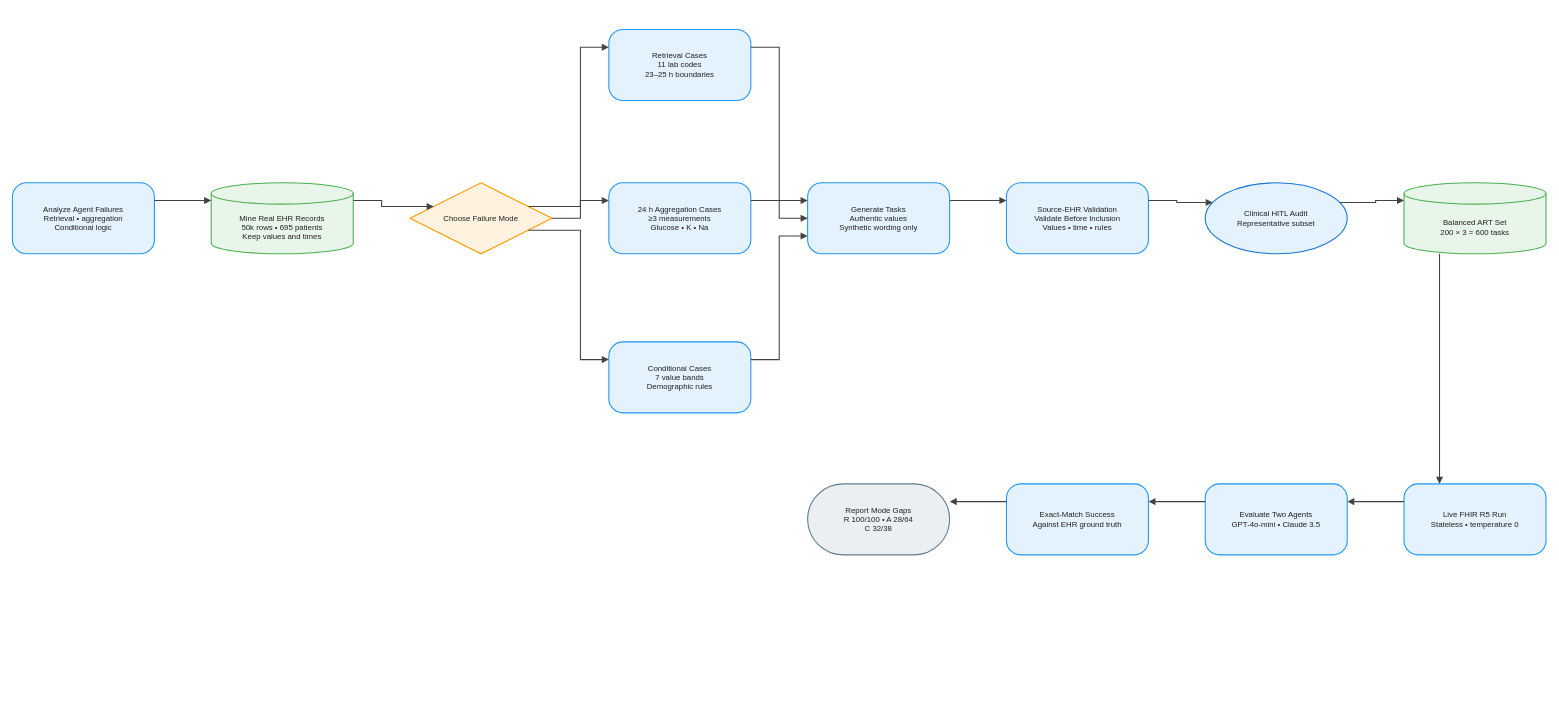
Above: client/public/drawio/ART/ART.en.drawio in joe1chief/benchmark-hub (draw.io), before the change. Source tidied: cells renumbered, new cells numbered last; positions are measured from the earlier drawing's top-left corner, leaving out a move shared by most shapes. Both pictures are drawn from the tidied source at 71%, with x=0, y=0 at pixel (12, 29).
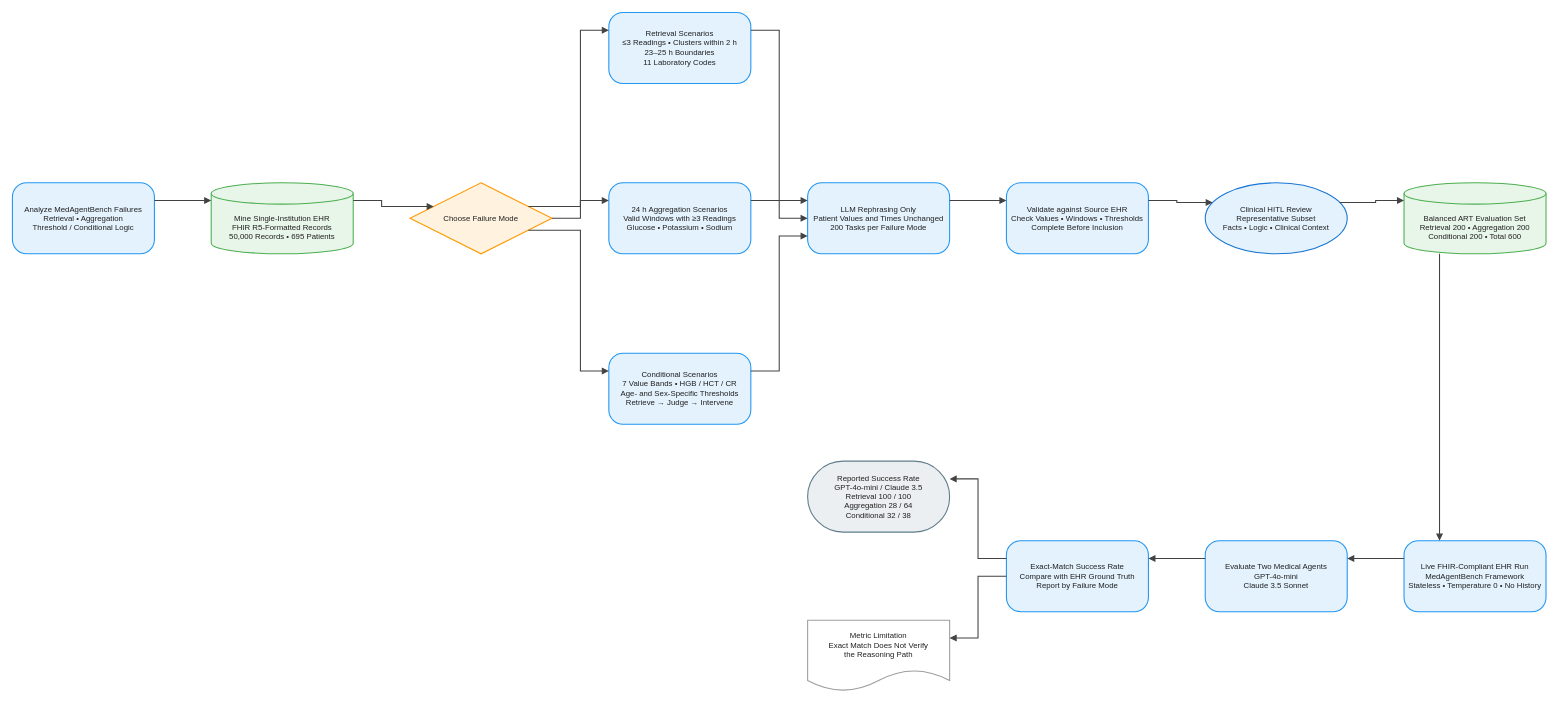
The same diagram, later.

The change refers to these unchanged cells:
```xml
<mxCell id="4" value="Choose Failure Mode" style="rhombus;html=0;convertToSvg=1;whiteSpace=wrap;fillColor=#FFF3E0;strokeColor=#FF9800;strokeWidth=1.5;fontColor=#212121;fontSize=11;fontFamily=Arial, Helvetica, sans-serif;verticalAlign=middle;align=center;" parent="1" vertex="1">
  <mxGeometry x="560" y="216" width="200" height="100" as="geometry" />
</mxCell>
```

Change to the diagram source:
```diff
@@
-    <mxCell id="2" value="Analyze Agent Failures&#10;Retrieval • aggregation&#10;Conditional logic" style="rounded=1;arcSize=20;html=0;convertToSvg=1;whiteSpace=wrap;fillColor=#E3F2FD;strokeColor=#2196F3;strokeWidth=1.5;fontColor=#212121;fontSize=11;fontFamily=Arial, Helvetica, sans-serif;verticalAlign=middle;align=center;" parent="1" vertex="1">
+    <mxCell id="2" value="Analyze MedAgentBench Failures&#10;Retrieval • Aggregation&#10;Threshold / Conditional Logic" style="rounded=1;arcSize=20;html=0;convertToSvg=1;whiteSpace=wrap;fillColor=#E3F2FD;strokeColor=#2196F3;strokeWidth=1.5;fontColor=#212121;fontSize=11;fontFamily=Arial, Helvetica, sans-serif;verticalAlign=middle;align=center;" parent="1" vertex="1">
       <mxGeometry y="216" width="200" height="100" as="geometry" />
     </mxCell>
-    <mxCell id="3" value="Mine Real EHR Records&#10;50k rows • 695 patients&#10;Keep values and times" style="shape=cylinder3;boundedLbl=1;backgroundOutline=1;size=15;html=0;convertToSvg=1;whiteSpace=wrap;fillColor=#E8F5E9;strokeColor=#4CAF50;strokeWidth=1.5;fontColor=#212121;fontSize=11;fontFamily=Arial, Helvetica, sans-serif;verticalAlign=middle;align=center;" parent="1" vertex="1">
+    <mxCell id="3" value="Mine Single-Institution EHR&#10;FHIR R5-Formatted Records&#10;50,000 Records • 695 Patients" style="shape=cylinder3;boundedLbl=1;backgroundOutline=1;size=15;html=0;convertToSvg=1;whiteSpace=wrap;fillColor=#E8F5E9;strokeColor=#4CAF50;strokeWidth=1.5;fontColor=#212121;fontSize=11;fontFamily=Arial, Helvetica, sans-serif;verticalAlign=middle;align=center;" parent="1" vertex="1">
       <mxGeometry x="280" y="216" width="200" height="100" as="geometry" />
     </mxCell>
@@
-    <mxCell id="5" value="Retrieval Cases&#10;11 lab codes&#10;23–25 h boundaries" style="rounded=1;arcSize=20;html=0;convertToSvg=1;whiteSpace=wrap;fillColor=#E3F2FD;strokeColor=#2196F3;strokeWidth=1.5;fontColor=#212121;fontSize=11;fontFamily=Arial, Helvetica, sans-serif;verticalAlign=middle;align=center;" parent="1" vertex="1">
-      <mxGeometry x="840" width="200" height="100" as="geometry" />
+    <mxCell id="5" value="Retrieval Scenarios&#10;≤3 Readings • Clusters within 2 h&#10;23–25 h Boundaries&#10;11 Laboratory Codes" style="rounded=1;arcSize=20;html=0;convertToSvg=1;whiteSpace=wrap;fillColor=#E3F2FD;strokeColor=#2196F3;strokeWidth=1.5;fontColor=#212121;fontSize=11;fontFamily=Arial, Helvetica, sans-serif;verticalAlign=middle;align=center;" parent="1" vertex="1">
+      <mxGeometry x="840" y="-24" width="200" height="100" as="geometry" />
     </mxCell>
-    <mxCell id="6" value="24 h Aggregation Cases&#10;≥3 measurements&#10;Glucose • K • Na" style="rounded=1;arcSize=20;html=0;convertToSvg=1;whiteSpace=wrap;fillColor=#E3F2FD;strokeColor=#2196F3;strokeWidth=1.5;fontColor=#212121;fontSize=11;fontFamily=Arial, Helvetica, sans-serif;verticalAlign=middle;align=center;" parent="1" vertex="1">
+    <mxCell id="6" value="24 h Aggregation Scenarios&#10;Valid Windows with ≥3 Readings&#10;Glucose • Potassium • Sodium" style="rounded=1;arcSize=20;html=0;convertToSvg=1;whiteSpace=wrap;fillColor=#E3F2FD;strokeColor=#2196F3;strokeWidth=1.5;fontColor=#212121;fontSize=11;fontFamily=Arial, Helvetica, sans-serif;verticalAlign=middle;align=center;" parent="1" vertex="1">
       <mxGeometry x="840" y="216" width="200" height="100" as="geometry" />
     </mxCell>
-    <mxCell id="7" value="Conditional Cases&#10;7 value bands&#10;Demographic rules" style="rounded=1;arcSize=20;html=0;convertToSvg=1;whiteSpace=wrap;fillColor=#E3F2FD;strokeColor=#2196F3;strokeWidth=1.5;fontColor=#212121;fontSize=11;fontFamily=Arial, Helvetica, sans-serif;verticalAlign=middle;align=center;" parent="1" vertex="1">
-      <mxGeometry x="840" y="440" width="200" height="100" as="geometry" />
+    <mxCell id="7" value="Conditional Scenarios&#10;7 Value Bands • HGB / HCT / CR&#10;Age- and Sex-Specific Thresholds&#10;Retrieve → Judge → Intervene" style="rounded=1;arcSize=20;html=0;convertToSvg=1;whiteSpace=wrap;fillColor=#E3F2FD;strokeColor=#2196F3;strokeWidth=1.5;fontColor=#212121;fontSize=11;fontFamily=Arial, Helvetica, sans-serif;verticalAlign=middle;align=center;" parent="1" vertex="1">
+      <mxGeometry x="840" y="456" width="200" height="100" as="geometry" />
     </mxCell>
-    <mxCell id="8" value="Generate Tasks&#10;Authentic values&#10;Synthetic wording only" style="rounded=1;arcSize=20;html=0;convertToSvg=1;whiteSpace=wrap;fillColor=#E3F2FD;strokeColor=#2196F3;strokeWidth=1.5;fontColor=#212121;fontSize=11;fontFamily=Arial, Helvetica, sans-serif;verticalAlign=middle;align=center;" parent="1" vertex="1">
+    <mxCell id="8" value="LLM Rephrasing Only&#10;Patient Values and Times Unchanged&#10;200 Tasks per Failure Mode" style="rounded=1;arcSize=20;html=0;convertToSvg=1;whiteSpace=wrap;fillColor=#E3F2FD;strokeColor=#2196F3;strokeWidth=1.5;fontColor=#212121;fontSize=11;fontFamily=Arial, Helvetica, sans-serif;verticalAlign=middle;align=center;" parent="1" vertex="1">
       <mxGeometry x="1120" y="216" width="200" height="100" as="geometry" />
     </mxCell>
-    <mxCell id="9" value="Balanced ART Set&#10;200 × 3 = 600 tasks" style="shape=cylinder3;boundedLbl=1;backgroundOutline=1;size=15;html=0;convertToSvg=1;whiteSpace=wrap;fillColor=#E8F5E9;strokeColor=#4CAF50;strokeWidth=1.5;fontColor=#212121;fontSize=11;fontFamily=Arial, Helvetica, sans-serif;verticalAlign=middle;align=center;" parent="1" vertex="1">
-      <mxGeometry x="1960" y="216" width="200" height="100" as="geometry" />
+    <mxCell id="9" value="Validate against Source EHR&#10;Check Values • Windows • Thresholds&#10;Complete Before Inclusion" style="rounded=1;arcSize=20;html=0;convertToSvg=1;whiteSpace=wrap;fillColor=#E3F2FD;strokeColor=#2196F3;strokeWidth=1.5;fontColor=#212121;fontSize=11;fontFamily=Arial, Helvetica, sans-serif;verticalAlign=middle;align=center;" parent="1" vertex="1">
+      <mxGeometry x="1400" y="216" width="200" height="100" as="geometry" />
     </mxCell>
-    <mxCell id="10" value="Source-EHR Validation&#10;Validate Before Inclusion&#10;Values • time • rules" style="rounded=1;arcSize=20;html=0;convertToSvg=1;whiteSpace=wrap;fillColor=#E3F2FD;strokeColor=#2196F3;strokeWidth=1.5;fontColor=#212121;fontSize=11;fontFamily=Arial, Helvetica, sans-serif;verticalAlign=middle;align=center;" parent="1" vertex="1">
-      <mxGeometry x="1400" y="216" width="200" height="100" as="geometry" />
+    <mxCell id="10" value="Clinical HITL Review&#10;Representative Subset&#10;Facts • Logic • Clinical Context" style="ellipse;html=0;convertToSvg=1;whiteSpace=wrap;fillColor=#E3F2FD;strokeColor=#1976D2;strokeWidth=1.5;fontColor=#212121;fontSize=11;fontFamily=Arial, Helvetica, sans-serif;verticalAlign=middle;align=center;" parent="1" vertex="1">
+      <mxGeometry x="1680" y="216" width="200" height="100" as="geometry" />
     </mxCell>
-    <mxCell id="11" value="Clinical HITL Audit&#10;Representative subset" style="ellipse;html=0;convertToSvg=1;whiteSpace=wrap;fillColor=#E3F2FD;strokeColor=#1976D2;strokeWidth=1.5;fontColor=#212121;fontSize=11;fontFamily=Arial, Helvetica, sans-serif;verticalAlign=middle;align=center;" parent="1" vertex="1">
-      <mxGeometry x="1680" y="216" width="200" height="100" as="geometry" />
+    <mxCell id="11" value="Balanced ART Evaluation Set&#10;Retrieval 200 • Aggregation 200&#10;Conditional 200 • Total 600" style="shape=cylinder3;boundedLbl=1;backgroundOutline=1;size=15;html=0;convertToSvg=1;whiteSpace=wrap;fillColor=#E8F5E9;strokeColor=#4CAF50;strokeWidth=1.5;fontColor=#212121;fontSize=11;fontFamily=Arial, Helvetica, sans-serif;verticalAlign=middle;align=center;" parent="1" vertex="1">
+      <mxGeometry x="1960" y="216" width="200" height="100" as="geometry" />
     </mxCell>
-    <mxCell id="12" value="Live FHIR R5 Run&#10;Stateless • temperature 0" style="rounded=1;arcSize=20;html=0;convertToSvg=1;whiteSpace=wrap;fillColor=#E3F2FD;strokeColor=#2196F3;strokeWidth=1.5;fontColor=#212121;fontSize=11;fontFamily=Arial, Helvetica, sans-serif;verticalAlign=middle;align=center;" parent="1" vertex="1">
-      <mxGeometry x="1960" y="640" width="200" height="100" as="geometry" />
+    <mxCell id="12" value="Live FHIR-Compliant EHR Run&#10;MedAgentBench Framework&#10;Stateless • Temperature 0 • No History" style="rounded=1;arcSize=20;html=0;convertToSvg=1;whiteSpace=wrap;fillColor=#E3F2FD;strokeColor=#2196F3;strokeWidth=1.5;fontColor=#212121;fontSize=11;fontFamily=Arial, Helvetica, sans-serif;verticalAlign=middle;align=center;" parent="1" vertex="1">
+      <mxGeometry x="1960" y="720" width="200" height="100" as="geometry" />
     </mxCell>
-    <mxCell id="13" value="Evaluate Two Agents&#10;GPT-4o-mini • Claude 3.5" style="rounded=1;arcSize=20;html=0;convertToSvg=1;whiteSpace=wrap;fillColor=#E3F2FD;strokeColor=#2196F3;strokeWidth=1.5;fontColor=#212121;fontSize=11;fontFamily=Arial, Helvetica, sans-serif;verticalAlign=middle;align=center;" parent="1" vertex="1">
-      <mxGeometry x="1680" y="640" width="200" height="100" as="geometry" />
+    <mxCell id="13" value="Evaluate Two Medical Agents&#10;GPT-4o-mini&#10;Claude 3.5 Sonnet" style="rounded=1;arcSize=20;html=0;convertToSvg=1;whiteSpace=wrap;fillColor=#E3F2FD;strokeColor=#2196F3;strokeWidth=1.5;fontColor=#212121;fontSize=11;fontFamily=Arial, Helvetica, sans-serif;verticalAlign=middle;align=center;" parent="1" vertex="1">
+      <mxGeometry x="1680" y="720" width="200" height="100" as="geometry" />
     </mxCell>
-    <mxCell id="14" value="Exact-Match Success&#10;Against EHR ground truth" style="rounded=1;arcSize=20;html=0;convertToSvg=1;whiteSpace=wrap;fillColor=#E3F2FD;strokeColor=#2196F3;strokeWidth=1.5;fontColor=#212121;fontSize=11;fontFamily=Arial, Helvetica, sans-serif;verticalAlign=middle;align=center;" parent="1" vertex="1">
-      <mxGeometry x="1400" y="640" width="200" height="100" as="geometry" />
+    <mxCell id="14" value="Exact-Match Success Rate&#10;Compare with EHR Ground Truth&#10;Report by Failure Mode" style="rounded=1;arcSize=20;html=0;convertToSvg=1;whiteSpace=wrap;fillColor=#E3F2FD;strokeColor=#2196F3;strokeWidth=1.5;fontColor=#212121;fontSize=11;fontFamily=Arial, Helvetica, sans-serif;verticalAlign=middle;align=center;" parent="1" vertex="1">
+      <mxGeometry x="1400" y="720" width="200" height="100" as="geometry" />
     </mxCell>
-    <mxCell id="15" value="Report Mode Gaps&#10;R 100/100 • A 28/64&#10;C 32/38" style="rounded=1;arcSize=50;html=0;convertToSvg=1;whiteSpace=wrap;fillColor=#ECEFF1;strokeColor=#607D8B;strokeWidth=1.5;fontColor=#212121;fontSize=11;fontFamily=Arial, Helvetica, sans-serif;verticalAlign=middle;align=center;" parent="1" vertex="1">
-      <mxGeometry x="1120" y="640" width="200" height="100" as="geometry" />
+    <mxCell id="15" value="Reported Success Rate&#10;GPT-4o-mini / Claude 3.5&#10;Retrieval 100 / 100&#10;Aggregation 28 / 64&#10;Conditional 32 / 38" style="rounded=1;arcSize=50;html=0;convertToSvg=1;whiteSpace=wrap;fillColor=#ECEFF1;strokeColor=#607D8B;strokeWidth=1.5;fontColor=#212121;fontSize=11;fontFamily=Arial, Helvetica, sans-serif;verticalAlign=middle;align=center;" parent="1" vertex="1">
+      <mxGeometry x="1120" y="608" width="200" height="100" as="geometry" />
     </mxCell>
-    <mxCell id="16" style="edgeStyle=orthogonalEdgeStyle;rounded=0;jettySize=auto;html=0;convertToSvg=1;strokeColor=#424242;strokeWidth=1.5;endArrow=block;endFill=1;exitX=1;exitY=0.25;exitDx=0;exitDy=0;entryX=0;entryY=0.25;entryDx=0;entryDy=0;jumpStyle=arc;jumpSize=8;" parent="1" edge="1" source="2" target="3">
-      <mxGeometry relative="1" as="geometry" />
+    <mxCell id="16" value="Metric Limitation&#10;Exact Match Does Not Verify&#10;the Reasoning Path" style="shape=document;boundedLbl=1;html=0;convertToSvg=1;whiteSpace=wrap;fillColor=#FFFFFF;strokeColor=#9E9E9E;strokeWidth=1.5;fontColor=#212121;fontSize=11;fontFamily=Arial, Helvetica, sans-serif;verticalAlign=middle;align=center;" parent="1" vertex="1">
+      <mxGeometry x="1120" y="832" width="200" height="100" as="geometry" />
     </mxCell>
-    <mxCell id="17" style="edgeStyle=orthogonalEdgeStyle;rounded=0;jettySize=auto;html=0;convertToSvg=1;strokeColor=#424242;strokeWidth=1.5;endArrow=block;endFill=1;exitX=1;exitY=0.25;exitDx=0;exitDy=0;entryX=0;entryY=0.25;entryDx=0;entryDy=0;jumpStyle=arc;jumpSize=8;" parent="1" edge="1" source="3" target="4">
+    <mxCell id="17" style="edgeStyle=orthogonalEdgeStyle;rounded=0;jettySize=auto;html=0;convertToSvg=1;strokeColor=#424242;strokeWidth=1.5;endArrow=block;endFill=1;exitX=1;exitY=0.25;exitDx=0;exitDy=0;entryX=0;entryY=0.25;entryDx=0;entryDy=0;jumpStyle=arc;jumpSize=8;" parent="1" edge="1" source="2" target="3">
       <mxGeometry relative="1" as="geometry" />
     </mxCell>
-    <mxCell id="18" style="edgeStyle=orthogonalEdgeStyle;rounded=0;jettySize=auto;html=0;convertToSvg=1;strokeColor=#424242;strokeWidth=1.5;endArrow=block;endFill=1;exitX=1;exitY=0.25;exitDx=0;exitDy=0;entryX=0;entryY=0.25;entryDx=0;entryDy=0;jumpStyle=arc;jumpSize=8;" parent="1" edge="1" source="4" target="5">
+    <mxCell id="18" style="edgeStyle=orthogonalEdgeStyle;rounded=0;jettySize=auto;html=0;convertToSvg=1;strokeColor=#424242;strokeWidth=1.5;endArrow=block;endFill=1;exitX=1;exitY=0.25;exitDx=0;exitDy=0;entryX=0;entryY=0.25;entryDx=0;entryDy=0;jumpStyle=arc;jumpSize=8;" parent="1" edge="1" source="3" target="4">
       <mxGeometry relative="1" as="geometry" />
     </mxCell>
-    <mxCell id="19" style="edgeStyle=orthogonalEdgeStyle;rounded=0;jettySize=auto;html=0;convertToSvg=1;strokeColor=#424242;strokeWidth=1.5;endArrow=block;endFill=1;exitX=1;exitY=0.5;exitDx=0;exitDy=0;entryX=0;entryY=0.25;entryDx=0;entryDy=0;jumpStyle=arc;jumpSize=8;" parent="1" edge="1" source="4" target="6">
+    <mxCell id="19" style="edgeStyle=orthogonalEdgeStyle;rounded=0;jettySize=auto;html=0;convertToSvg=1;strokeColor=#424242;strokeWidth=1.5;endArrow=block;endFill=1;exitX=1;exitY=0.25;exitDx=0;exitDy=0;entryX=0;entryY=0.25;entryDx=0;entryDy=0;jumpStyle=arc;jumpSize=8;" parent="1" edge="1" source="4" target="5">
       <mxGeometry relative="1" as="geometry" />
     </mxCell>
-    <mxCell id="20" style="edgeStyle=orthogonalEdgeStyle;rounded=0;jettySize=auto;html=0;convertToSvg=1;strokeColor=#424242;strokeWidth=1.5;endArrow=block;endFill=1;exitX=1;exitY=0.75;exitDx=0;exitDy=0;entryX=0;entryY=0.25;entryDx=0;entryDy=0;jumpStyle=arc;jumpSize=8;" parent="1" edge="1" source="4" target="7">
+    <mxCell id="20" style="edgeStyle=orthogonalEdgeStyle;rounded=0;jettySize=auto;html=0;convertToSvg=1;strokeColor=#424242;strokeWidth=1.5;endArrow=block;endFill=1;exitX=1;exitY=0.5;exitDx=0;exitDy=0;entryX=0;entryY=0.25;entryDx=0;entryDy=0;jumpStyle=arc;jumpSize=8;" parent="1" edge="1" source="4" target="6">
       <mxGeometry relative="1" as="geometry" />
     </mxCell>
-    <mxCell id="21" style="edgeStyle=orthogonalEdgeStyle;rounded=0;jettySize=auto;html=0;convertToSvg=1;strokeColor=#424242;strokeWidth=1.5;endArrow=block;endFill=1;exitX=1;exitY=0.25;exitDx=0;exitDy=0;entryX=0;entryY=0.25;entryDx=0;entryDy=0;jumpStyle=arc;jumpSize=8;" parent="1" edge="1" source="5" target="8">
+    <mxCell id="21" style="edgeStyle=orthogonalEdgeStyle;rounded=0;jettySize=auto;html=0;convertToSvg=1;strokeColor=#424242;strokeWidth=1.5;endArrow=block;endFill=1;exitX=1;exitY=0.75;exitDx=0;exitDy=0;entryX=0;entryY=0.25;entryDx=0;entryDy=0;jumpStyle=arc;jumpSize=8;" parent="1" edge="1" source="4" target="7">
       <mxGeometry relative="1" as="geometry" />
     </mxCell>
-    <mxCell id="22" style="edgeStyle=orthogonalEdgeStyle;rounded=0;jettySize=auto;html=0;convertToSvg=1;strokeColor=#424242;strokeWidth=1.5;endArrow=block;endFill=1;exitX=1;exitY=0.25;exitDx=0;exitDy=0;entryX=0;entryY=0.5;entryDx=0;entryDy=0;jumpStyle=arc;jumpSize=8;" parent="1" edge="1" source="6" target="8">
+    <mxCell id="22" style="edgeStyle=orthogonalEdgeStyle;rounded=0;jettySize=auto;html=0;convertToSvg=1;strokeColor=#424242;strokeWidth=1.5;endArrow=block;endFill=1;exitX=1;exitY=0.25;exitDx=0;exitDy=0;entryX=0;entryY=0.25;entryDx=0;entryDy=0;jumpStyle=arc;jumpSize=8;" parent="1" edge="1" source="5" target="8">
       <mxGeometry relative="1" as="geometry" />
     </mxCell>
-    <mxCell id="23" style="edgeStyle=orthogonalEdgeStyle;rounded=0;jettySize=auto;html=0;convertToSvg=1;strokeColor=#424242;strokeWidth=1.5;endArrow=block;endFill=1;exitX=1;exitY=0.25;exitDx=0;exitDy=0;entryX=0;entryY=0.75;entryDx=0;entryDy=0;jumpStyle=arc;jumpSize=8;" parent="1" edge="1" source="7" target="8">
+    <mxCell id="23" style="edgeStyle=orthogonalEdgeStyle;rounded=0;jettySize=auto;html=0;convertToSvg=1;strokeColor=#424242;strokeWidth=1.5;endArrow=block;endFill=1;exitX=1;exitY=0.25;exitDx=0;exitDy=0;entryX=0;entryY=0.5;entryDx=0;entryDy=0;jumpStyle=arc;jumpSize=8;" parent="1" edge="1" source="6" target="8">
       <mxGeometry relative="1" as="geometry" />
     </mxCell>
-    <mxCell id="24" style="edgeStyle=orthogonalEdgeStyle;rounded=0;jettySize=auto;html=0;convertToSvg=1;strokeColor=#424242;strokeWidth=1.5;endArrow=block;endFill=1;exitX=1;exitY=0.25;exitDx=0;exitDy=0;entryX=0;entryY=0.25;entryDx=0;entryDy=0;jumpStyle=arc;jumpSize=8;" parent="1" edge="1" source="8" target="10">
+    <mxCell id="24" style="edgeStyle=orthogonalEdgeStyle;rounded=0;jettySize=auto;html=0;convertToSvg=1;strokeColor=#424242;strokeWidth=1.5;endArrow=block;endFill=1;exitX=1;exitY=0.25;exitDx=0;exitDy=0;entryX=0;entryY=0.75;entryDx=0;entryDy=0;jumpStyle=arc;jumpSize=8;" parent="1" edge="1" source="7" target="8">
       <mxGeometry relative="1" as="geometry" />
     </mxCell>
-    <mxCell id="25" style="edgeStyle=orthogonalEdgeStyle;rounded=0;jettySize=auto;html=0;convertToSvg=1;strokeColor=#424242;strokeWidth=1.5;endArrow=block;endFill=1;exitX=1;exitY=0.25;exitDx=0;exitDy=0;entryX=0;entryY=0.25;entryDx=0;entryDy=0;jumpStyle=arc;jumpSize=8;" parent="1" edge="1" source="10" target="11">
+    <mxCell id="25" style="edgeStyle=orthogonalEdgeStyle;rounded=0;jettySize=auto;html=0;convertToSvg=1;strokeColor=#424242;strokeWidth=1.5;endArrow=block;endFill=1;exitX=1;exitY=0.25;exitDx=0;exitDy=0;entryX=0;entryY=0.25;entryDx=0;entryDy=0;jumpStyle=arc;jumpSize=8;" parent="1" edge="1" source="8" target="9">
       <mxGeometry relative="1" as="geometry" />
     </mxCell>
-    <mxCell id="26" style="edgeStyle=orthogonalEdgeStyle;rounded=0;jettySize=auto;html=0;convertToSvg=1;strokeColor=#424242;strokeWidth=1.5;endArrow=block;endFill=1;exitX=1;exitY=0.25;exitDx=0;exitDy=0;entryX=0;entryY=0.25;entryDx=0;entryDy=0;jumpStyle=arc;jumpSize=8;" parent="1" edge="1" source="11" target="9">
+    <mxCell id="26" style="edgeStyle=orthogonalEdgeStyle;rounded=0;jettySize=auto;html=0;convertToSvg=1;strokeColor=#424242;strokeWidth=1.5;endArrow=block;endFill=1;exitX=1;exitY=0.25;exitDx=0;exitDy=0;entryX=0;entryY=0.25;entryDx=0;entryDy=0;jumpStyle=arc;jumpSize=8;" parent="1" edge="1" source="9" target="10">
       <mxGeometry relative="1" as="geometry" />
     </mxCell>
-    <mxCell id="27" style="edgeStyle=orthogonalEdgeStyle;rounded=0;jettySize=auto;html=0;convertToSvg=1;strokeColor=#424242;strokeWidth=1.5;endArrow=block;endFill=1;exitX=0.25;exitY=1;exitDx=0;exitDy=0;entryX=0.25;entryY=0;entryDx=0;entryDy=0;jumpStyle=arc;jumpSize=8;" parent="1" edge="1" source="9" target="12">
+    <mxCell id="27" style="edgeStyle=orthogonalEdgeStyle;rounded=0;jettySize=auto;html=0;convertToSvg=1;strokeColor=#424242;strokeWidth=1.5;endArrow=block;endFill=1;exitX=1;exitY=0.25;exitDx=0;exitDy=0;entryX=0;entryY=0.25;entryDx=0;entryDy=0;jumpStyle=arc;jumpSize=8;" parent="1" edge="1" source="10" target="11">
       <mxGeometry relative="1" as="geometry" />
     </mxCell>
-    <mxCell id="28" style="edgeStyle=orthogonalEdgeStyle;rounded=0;jettySize=auto;html=0;convertToSvg=1;strokeColor=#424242;strokeWidth=1.5;endArrow=block;endFill=1;exitX=0;exitY=0.25;exitDx=0;exitDy=0;entryX=1;entryY=0.25;entryDx=0;entryDy=0;jumpStyle=arc;jumpSize=8;" parent="1" edge="1" source="12" target="13">
+    <mxCell id="28" style="edgeStyle=orthogonalEdgeStyle;rounded=0;jettySize=auto;html=0;convertToSvg=1;strokeColor=#424242;strokeWidth=1.5;endArrow=block;endFill=1;exitX=0.25;exitY=1;exitDx=0;exitDy=0;entryX=0.25;entryY=0;entryDx=0;entryDy=0;jumpStyle=arc;jumpSize=8;" parent="1" edge="1" source="11" target="12">
       <mxGeometry relative="1" as="geometry" />
     </mxCell>
-    <mxCell id="29" style="edgeStyle=orthogonalEdgeStyle;rounded=0;jettySize=auto;html=0;convertToSvg=1;strokeColor=#424242;strokeWidth=1.5;endArrow=block;endFill=1;exitX=0;exitY=0.25;exitDx=0;exitDy=0;entryX=1;entryY=0.25;entryDx=0;entryDy=0;jumpStyle=arc;jumpSize=8;" parent="1" edge="1" source="13" target="14">
+    <mxCell id="29" style="edgeStyle=orthogonalEdgeStyle;rounded=0;jettySize=auto;html=0;convertToSvg=1;strokeColor=#424242;strokeWidth=1.5;endArrow=block;endFill=1;exitX=0;exitY=0.25;exitDx=0;exitDy=0;entryX=1;entryY=0.25;entryDx=0;entryDy=0;jumpStyle=arc;jumpSize=8;" parent="1" edge="1" source="12" target="13">
       <mxGeometry relative="1" as="geometry" />
     </mxCell>
-    <mxCell id="30" style="edgeStyle=orthogonalEdgeStyle;rounded=0;jettySize=auto;html=0;convertToSvg=1;strokeColor=#424242;strokeWidth=1.5;endArrow=block;endFill=1;exitX=0;exitY=0.25;exitDx=0;exitDy=0;entryX=1;entryY=0.25;entryDx=0;entryDy=0;jumpStyle=arc;jumpSize=8;" parent="1" edge="1" source="14" target="15">
+    <mxCell id="30" style="edgeStyle=orthogonalEdgeStyle;rounded=0;jettySize=auto;html=0;convertToSvg=1;strokeColor=#424242;strokeWidth=1.5;endArrow=block;endFill=1;exitX=0;exitY=0.25;exitDx=0;exitDy=0;entryX=1;entryY=0.25;entryDx=0;entryDy=0;jumpStyle=arc;jumpSize=8;" parent="1" edge="1" source="13" target="14">
       <mxGeometry relative="1" as="geometry" />
     </mxCell>
+    <mxCell id="31" style="edgeStyle=orthogonalEdgeStyle;rounded=0;jettySize=auto;html=0;convertToSvg=1;strokeColor=#424242;strokeWidth=1.5;endArrow=block;endFill=1;exitX=0;exitY=0.25;exitDx=0;exitDy=0;entryX=1;entryY=0.25;entryDx=0;entryDy=0;jumpStyle=arc;jumpSize=8;" parent="1" edge="1" source="14" target="15">
+      <mxGeometry relative="1" as="geometry" />
+    </mxCell>
+    <mxCell id="32" style="edgeStyle=orthogonalEdgeStyle;rounded=0;jettySize=auto;html=0;convertToSvg=1;strokeColor=#424242;strokeWidth=1.5;endArrow=block;endFill=1;exitX=0;exitY=0.5;exitDx=0;exitDy=0;entryX=1;entryY=0.25;entryDx=0;entryDy=0;jumpStyle=arc;jumpSize=8;" parent="1" edge="1" source="14" target="16">
+      <mxGeometry relative="1" as="geometry" />
+    </mxCell>
```
